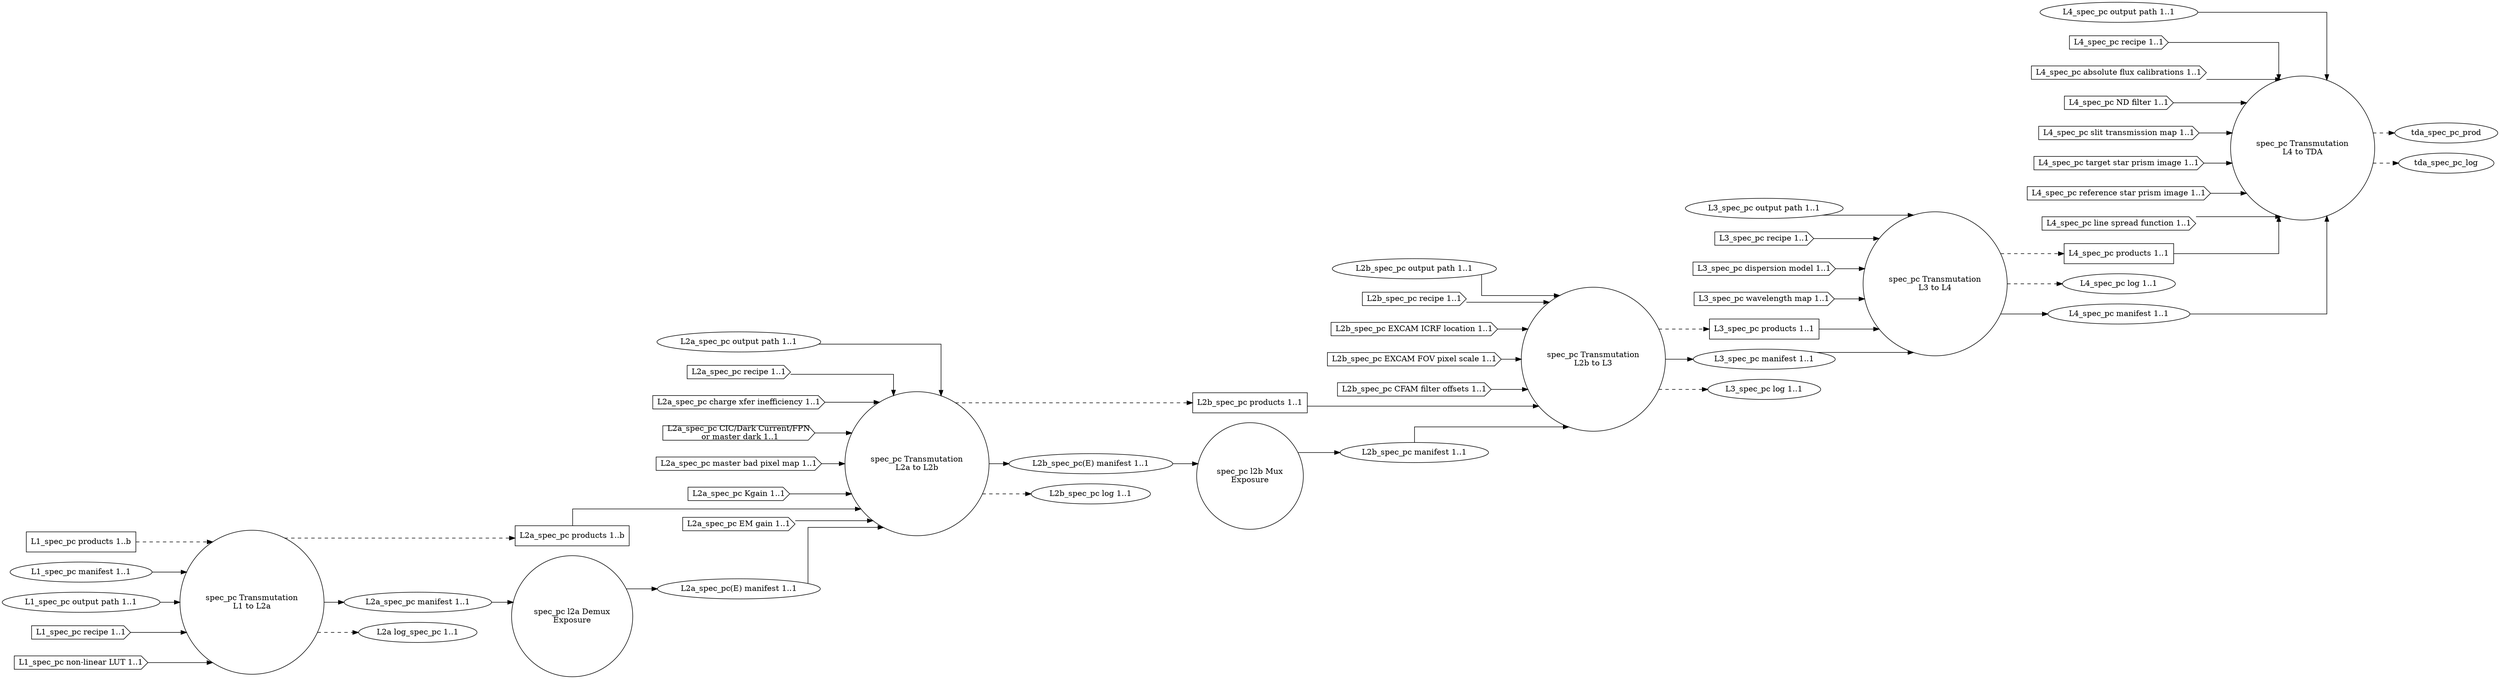
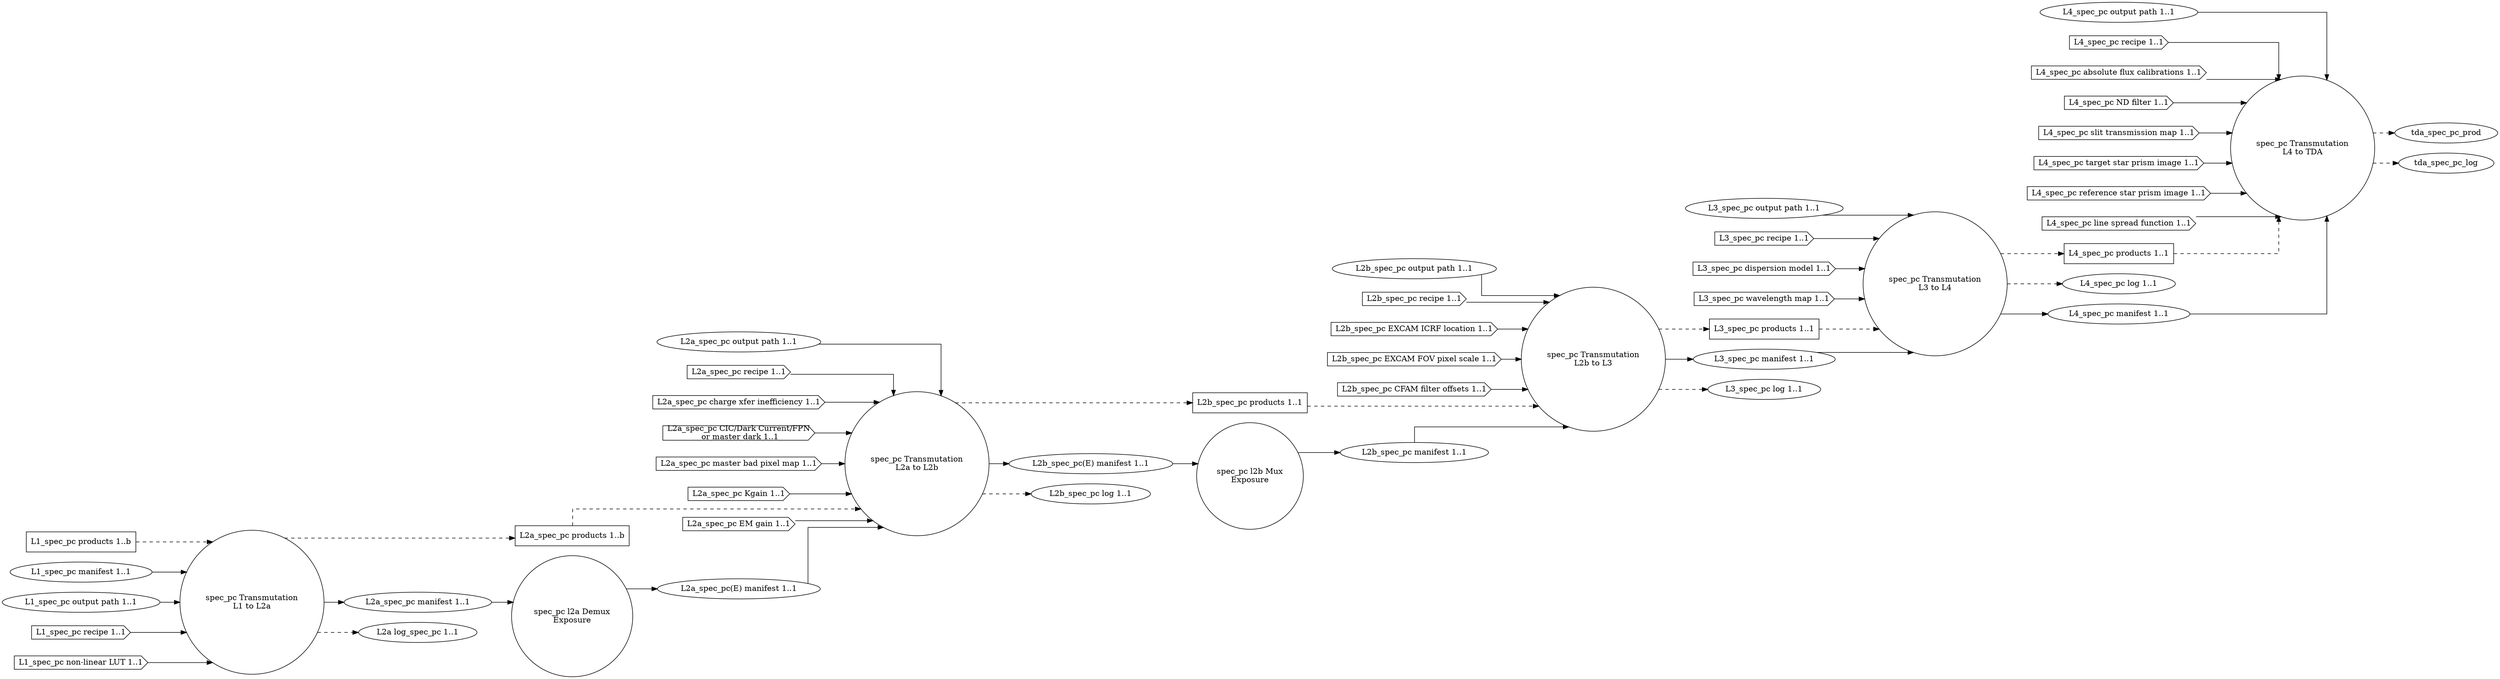
digraph SpectroscopyPhotonCount
{
  graph [splines="ortho", rankdir=LR];

  trans_spec_pc_l1_l2a [label="spec_pc Transmutation\nL1 to L2a", shape="circle"];
  l2a_spec_pc_demux [label="spec_pc l2a Demux\nExposure" shape="circle"];
  trans_spec_pc_l2a_l2b [label="spec_pc Transmutation\nL2a to L2b", shape="circle"];
  l2b_spec_pc_mux [label="spec_pc l2b Mux\nExposure", shape="circle"];
  trans_spec_pc_l2b_l3 [label="spec_pc Transmutation\nL2b to L3", shape="circle"];
  trans_spec_pc_l3_l4 [label="spec_pc Transmutation\nL3 to L4", shape="circle"];
  trans_spec_pc_l4_tda [label="spec_pc Transmutation\nL4 to TDA", shape="circle"];

  l1_spec_pc_prod [label="L1_spec_pc products 1..b", shape="rectangle"];
  l1_spec_pc_man [label="L1_spec_pc manifest 1..1", shape="ellipse"];
  l1_spec_pc_odir [label="L1_spec_pc output path 1..1", shape="ellipse"];
  l1_spec_pc_rec [label="L1_spec_pc recipe 1..1", shape="cds"];
  l1_spec_pc_nllut [label="L1_spec_pc non-linear LUT 1..1", shape="cds"];

  l2a_spec_pc_prod [label="L2a_spec_pc products 1..b", shape="rectangle"];
  l2a_spec_pc_man [label="L2a_spec_pc manifest 1..1", shape="ellipse"];
  l2a_spec_pc_odir [label="L2a_spec_pc output path 1..1", shape="ellipse"];
  l2a_spec_pc_rec [label="L2a_spec_pc recipe 1..1", shape="cds"];
  l2a_spec_pc_cti [label="L2a_spec_pc charge xfer inefficiency 1..1", shape="cds"];
  l2a_spec_pc_dnb [label="L2a_spec_pc CIC/Dark Current/FPN\n or master dark 1..1", shape="cds"];
  l2a_spec_pc_mbpm [label="L2a_spec_pc master bad pixel map 1..1", shape="cds"];
  l2a_spec_pc_kgain [label="L2a_spec_pc Kgain 1..1", shape="cds"];
  l2a_spec_pc_emg [label="L2a_spec_pc EM gain 1..1", shape="cds"];
  l2a_spec_pc_log [label="L2a log_spec_pc 1..1", shape="ellipse"];
  l2a_spec_pc_man_demux [label="L2a_spec_pc(E) manifest 1..1", shape="ellipse"];

  l2b_spec_pc_prod [label="L2b_spec_pc products 1..1", shape="rectangle"];
  l2b_spec_pc_man [label="L2b_spec_pc manifest 1..1", shape="ellipse"];
  l2b_spec_pc_odir [label="L2b_spec_pc output path 1..1", shape="ellipse"];
  l2b_spec_pc_rec [label="L2b_spec_pc recipe 1..1", shape="cds"];
  l2b_spec_pc_excicrf [label="L2b_spec_pc EXCAM ICRF location 1..1", shape="cds"];
  l2b_spec_pc_excfovps [label="L2b_spec_pc EXCAM FOV pixel scale 1..1", shape="cds"];
  l2b_spec_pc_cfamfo [label="L2b_spec_pc CFAM filter offsets 1..1", shape="cds"];
  l2b_spec_pc_man_demux [label="L2b_spec_pc(E) manifest 1..1", shape="ellipse"];
  l2b_spec_pc_log [label="L2b_spec_pc log 1..1", shape="ellipse"];

  l3_spec_pc_prod [label="L3_spec_pc products 1..1", shape="rectangle"];
  l3_spec_pc_odir [label="L3_spec_pc output path 1..1", shape="ellipse"];
  l3_spec_pc_man [label="L3_spec_pc manifest 1..1", shape="ellipse"];
  l3_spec_pc_rec [label="L3_spec_pc recipe 1..1", shape="cds"];
  l3_spec_pc_dispm [label="L3_spec_pc dispersion model 1..1", shape="cds"];
  l3_spec_pc_wavem [label="L3_spec_pc wavelength map 1..1", shape="cds"];
  l3_spec_pc_log [label="L3_spec_pc log 1..1", shape="ellipse"];

  l4_spec_pc_prod [label="L4_spec_pc products 1..1", shape="rectangle"];
  l4_spec_pc_odir [label="L4_spec_pc output path 1..1", shape="ellipse"];
  l4_spec_pc_log [label="L4_spec_pc log 1..1", shape="ellipse"];
  l4_spec_pc_man [label="L4_spec_pc manifest 1..1", shape="ellipse"];
  l4_spec_pc_rec [label="L4_spec_pc recipe 1..1", shape="cds"];
  l4_spec_pc_afcal [label="L4_spec_pc absolute flux calibrations 1..1", shape="cds"];
  l4_spec_pc_ndfilt [label="L4_spec_pc ND filter 1..1", shape="cds"];
  l4_spec_pc_stmap [label="L4_spec_pc slit transmission map 1..1", shape="cds"];
  l4_spec_pc_tspi [label="L4_spec_pc target star prism image 1..1", shape="cds"];
  l4_spec_pc_rspi [label="L4_spec_pc reference star prism image 1..1", shape="cds"];
  l4_spec_pc_lsf [label="L4_spec_pc line spread function 1..1", shape="cds"];

  l1_spec_pc_prod -> trans_spec_pc_l1_l2a [style="dashed"];
  l1_spec_pc_man -> trans_spec_pc_l1_l2a;
  l1_spec_pc_odir -> trans_spec_pc_l1_l2a;
  l1_spec_pc_rec -> trans_spec_pc_l1_l2a;
  l1_spec_pc_nllut -> trans_spec_pc_l1_l2a;

  trans_spec_pc_l1_l2a -> l2a_spec_pc_prod [style="dashed"];
  trans_spec_pc_l1_l2a -> l2a_spec_pc_man;
  trans_spec_pc_l1_l2a -> l2a_spec_pc_log  [style="dashed"];

-   l2a_spec_pc_prod -> trans_spec_pc_l2a_l2b;
+   l2a_spec_pc_prod -> trans_spec_pc_l2a_l2b [style="dashed"];
  l2a_spec_pc_odir -> trans_spec_pc_l2a_l2b;
  l2a_spec_pc_rec -> trans_spec_pc_l2a_l2b;
  l2a_spec_pc_cti -> trans_spec_pc_l2a_l2b;
  l2a_spec_pc_dnb -> trans_spec_pc_l2a_l2b;
  l2a_spec_pc_mbpm -> trans_spec_pc_l2a_l2b;
  l2a_spec_pc_emg -> trans_spec_pc_l2a_l2b;
  l2a_spec_pc_kgain -> trans_spec_pc_l2a_l2b;

  trans_spec_pc_l2a_l2b -> l2b_spec_pc_prod [style="dashed"];
  trans_spec_pc_l2a_l2b -> l2b_spec_pc_man_demux;
  trans_spec_pc_l2a_l2b -> l2b_spec_pc_log  [style="dashed"];

  l2a_spec_pc_man -> l2a_spec_pc_demux;
  l2a_spec_pc_demux -> l2a_spec_pc_man_demux;
  l2a_spec_pc_man_demux -> trans_spec_pc_l2a_l2b;

  l2b_spec_pc_man_demux -> l2b_spec_pc_mux;
  l2b_spec_pc_mux -> l2b_spec_pc_man;

-   l2b_spec_pc_prod -> trans_spec_pc_l2b_l3;
+   l2b_spec_pc_prod -> trans_spec_pc_l2b_l3 [style="dashed"];
  l2b_spec_pc_man -> trans_spec_pc_l2b_l3;
  l2b_spec_pc_odir -> trans_spec_pc_l2b_l3;
  l2b_spec_pc_rec -> trans_spec_pc_l2b_l3;
  l2b_spec_pc_excicrf -> trans_spec_pc_l2b_l3;
  l2b_spec_pc_excfovps -> trans_spec_pc_l2b_l3;
  l2b_spec_pc_cfamfo -> trans_spec_pc_l2b_l3;

  trans_spec_pc_l2b_l3 -> l3_spec_pc_prod [style="dashed"];
  trans_spec_pc_l2b_l3 -> l3_spec_pc_man;
  trans_spec_pc_l2b_l3 -> l3_spec_pc_log  [style="dashed"];

-   l3_spec_pc_prod -> trans_spec_pc_l3_l4;
+   l3_spec_pc_prod -> trans_spec_pc_l3_l4 [style="dashed"];
  l3_spec_pc_man -> trans_spec_pc_l3_l4;
  l3_spec_pc_odir -> trans_spec_pc_l3_l4;
  l3_spec_pc_rec -> trans_spec_pc_l3_l4;
  l3_spec_pc_dispm -> trans_spec_pc_l3_l4;
  l3_spec_pc_wavem -> trans_spec_pc_l3_l4;
  trans_spec_pc_l3_l4 -> l4_spec_pc_prod [style="dashed"];
  trans_spec_pc_l3_l4 -> l4_spec_pc_log  [style="dashed"];
  trans_spec_pc_l3_l4 -> l4_spec_pc_man;

-   l4_spec_pc_prod -> trans_spec_pc_l4_tda;
+   l4_spec_pc_prod -> trans_spec_pc_l4_tda [style="dashed"];
  l4_spec_pc_man -> trans_spec_pc_l4_tda;
  l4_spec_pc_odir -> trans_spec_pc_l4_tda;
  l4_spec_pc_rec -> trans_spec_pc_l4_tda;
  l4_spec_pc_afcal -> trans_spec_pc_l4_tda;
  l4_spec_pc_ndfilt -> trans_spec_pc_l4_tda;
  l4_spec_pc_stmap -> trans_spec_pc_l4_tda;
  l4_spec_pc_tspi -> trans_spec_pc_l4_tda;
  l4_spec_pc_rspi -> trans_spec_pc_l4_tda;
  l4_spec_pc_lsf -> trans_spec_pc_l4_tda;
  trans_spec_pc_l4_tda -> tda_spec_pc_prod [style="dashed"];
  trans_spec_pc_l4_tda -> tda_spec_pc_log  [style="dashed"];
}
